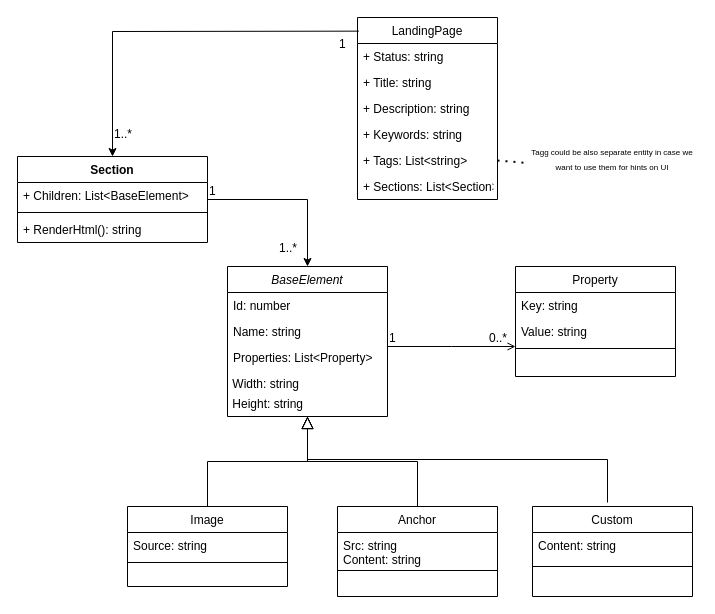
Above: meta-model.drawio in dmiAnd/Common (draw.io), before the change. Source tidied: cells renumbered, new cells numbered last; positions are measured from the earlier drawing's top-left corner, leaving out a move shared by most shapes. Both pictures are drawn from the tidied source at 100%, with x=0, y=0 at pixel (17, 17).
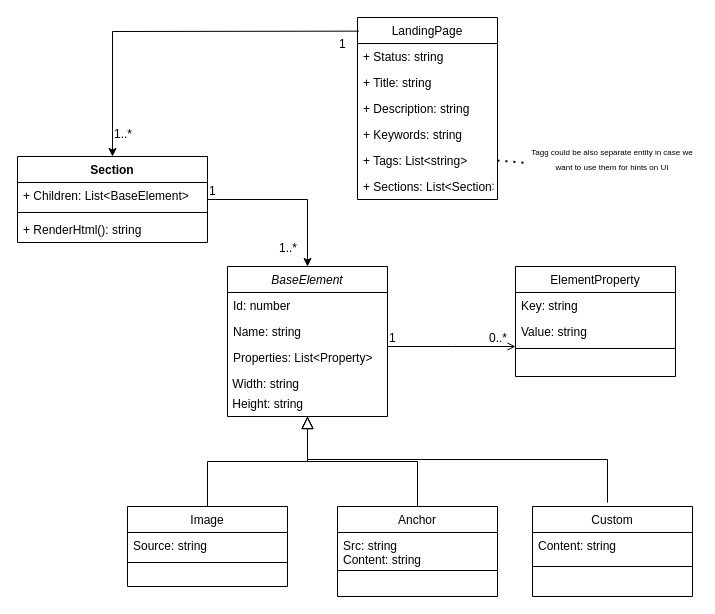
After the change.

Change to the diagram source:
```diff
@@
-    <mxCell id="16" value="Property" style="swimlane;fontStyle=0;align=center;verticalAlign=top;horizontal=1;startSize=26;rounded=0;shadow=0;strokeWidth=1;" parent="1" vertex="1">
+    <mxCell id="16" value="ElementProperty" style="swimlane;fontStyle=0;align=center;verticalAlign=top;horizontal=1;startSize=26;rounded=0;shadow=0;strokeWidth=1;" parent="1" vertex="1">
       <mxGeometry x="498" y="249" width="160" height="110" as="geometry" />
     </mxCell>
```
